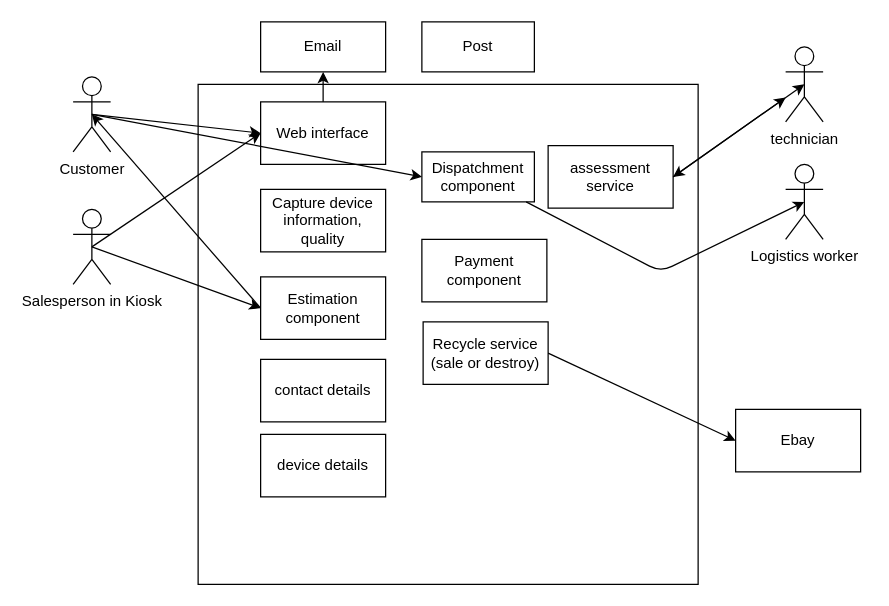
This is diagrams/context.drawio from tsdicloud/arcdoc-template, a draw.io file, before an edit. Source tidied: cells renumbered, new cells numbered last; positions are measured from the earlier drawing's top-left corner, leaving out a move shared by most shapes. Both pictures are drawn from the tidied source at 125%, with x=0, y=0 at pixel (72, 21).
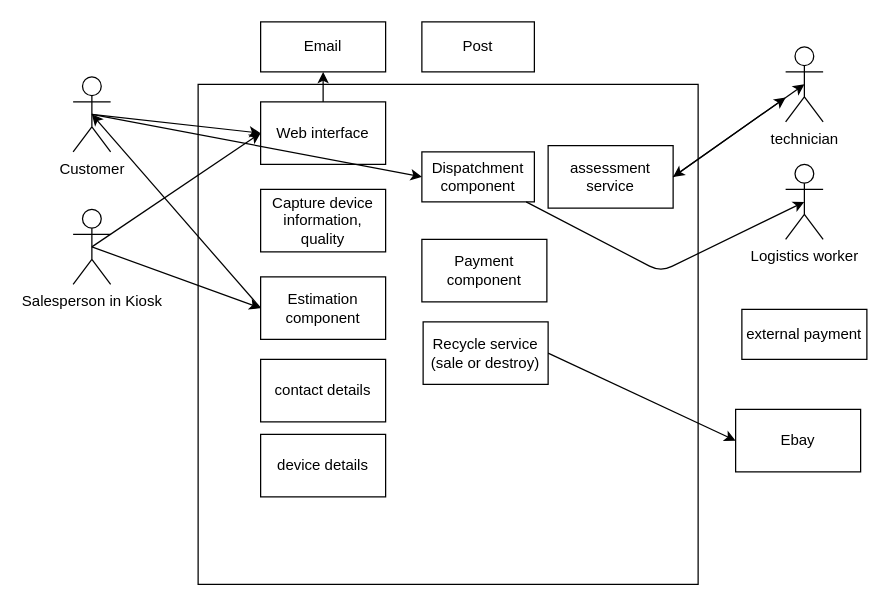
After the change.

Diff of the diagram source:
```diff
@@
+    <mxCell id="29" value="external payment" style="rounded=0;whiteSpace=wrap;html=1;" parent="1" vertex="1">
+      <mxGeometry x="535" y="230" width="100" height="40" as="geometry" />
+    </mxCell>
```
